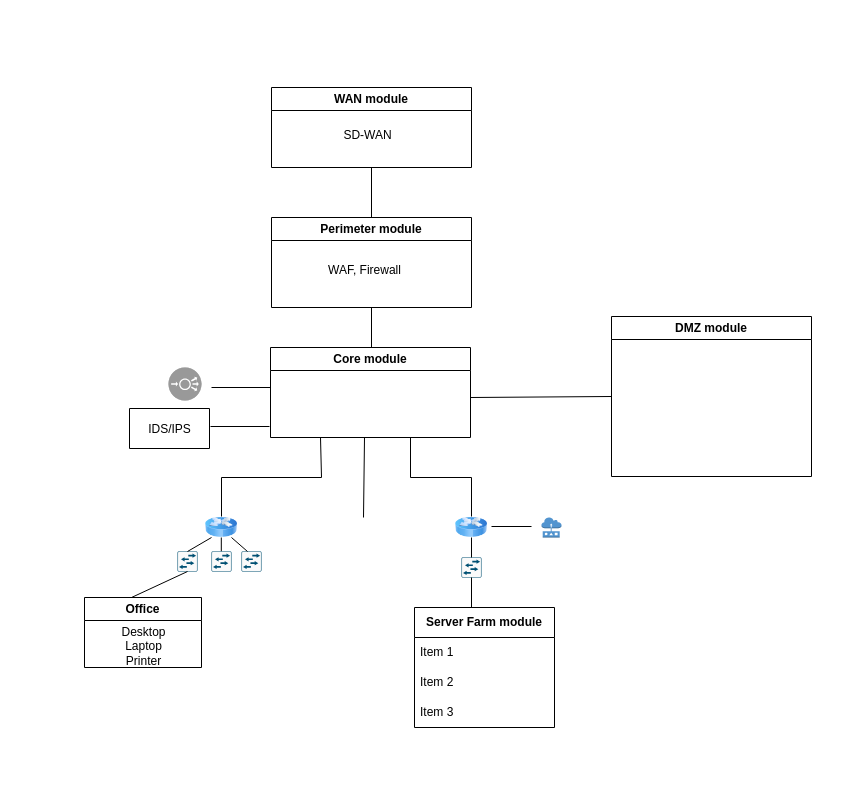
The draw.io diagram qlrr.drawio in Khuemin/Network, before the edit. Source tidied: cells renumbered, new cells numbered last; positions are measured from the earlier drawing's top-left corner, leaving out a move shared by most shapes. Both pictures are drawn from the tidied source at 100%, with x=0, y=0 at pixel (84, 87).
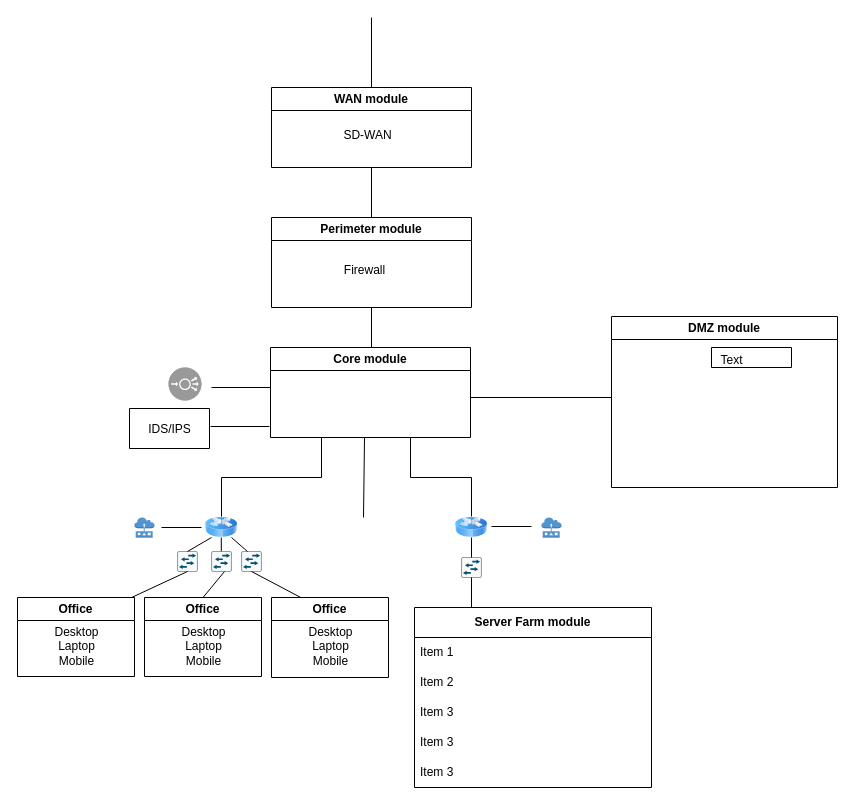
Above is the later version.

Commit message:
Cập nhật qlrr.drawio

The change refers to these unchanged cells:
```xml
<mxCell id="2" value="WAN module" style="swimlane;whiteSpace=wrap;html=1;" parent="1" vertex="1">
  <mxGeometry x="187" width="200" height="80" as="geometry" />
</mxCell>
<mxCell id="4" value="Core module" style="swimlane;whiteSpace=wrap;html=1;" parent="1" vertex="1">
  <mxGeometry x="186" y="260" width="200" height="90" as="geometry" />
</mxCell>
<mxCell id="19" style="sketch=0;points=[[0.015,0.015,0],[0.985,0.015,0],[0.985,0.985,0],[0.015,0.985,0],[0.25,0,0],[0.5,0,0],[0.75,0,0],[1,0.25,0],[1,0.5,0],[1,0.75,0],[0.75,1,0],[0.5,1,0],[0.25,1,0],[0,0.75,0],[0,0.5,0],[0,0.25,0]];verticalLabelPosition=bottom;html=1;verticalAlign=top;align=center;shape=mxgraph.cisco19.rect;prIcon=l2_switch;fillColor=#FAFAFA;strokeColor=#005073;" parent="1" vertex="1">
  <mxGeometry x="157" y="464" width="20" height="20" as="geometry" />
</mxCell>
```

Diff of the diagram source:
```diff
@@
     <mxCell id="7" value="DMZ module" style="swimlane;whiteSpace=wrap;html=1;" parent="1" vertex="1">
-      <mxGeometry x="527" y="229" width="200" height="160" as="geometry" />
+      <mxGeometry x="527" y="229" width="226" height="171" as="geometry" />
     </mxCell>
+    <mxCell id="40" style="swimlane;startSize=0;" parent="7" vertex="1">
+      <mxGeometry x="100" y="31" width="80" height="20" as="geometry" />
+    </mxCell>
-    <mxCell id="8" style="endArrow=none;html=1;rounded=0;entryX=0;entryY=0.5;entryDx=0;entryDy=0;" parent="1" edge="1" target="7">
+    <mxCell id="8" style="endArrow=none;html=1;rounded=0;" parent="1" edge="1">
       <mxGeometry relative="1" as="geometry">
         <mxPoint x="386" y="310" as="sourcePoint" />
+        <mxPoint x="527" y="310" as="targetPoint" />
       </mxGeometry>
     </mxCell>
@@
-    <mxCell id="12" value="WAF, Firewall" style="text;html=1;align=center;verticalAlign=middle;strokeColor=none;fillColor=none;" parent="1" vertex="1">
-      <mxGeometry x="230" y="168" width="100" height="30" as="geometry" />
+    <mxCell id="12" value="Firewall" style="text;html=1;align=center;verticalAlign=middle;strokeColor=none;fillColor=none;" parent="1" vertex="1">
+      <mxGeometry x="250" y="168" width="60" height="30" as="geometry" />
     </mxCell>
     <mxCell id="13" value="Office" style="swimlane;whiteSpace=wrap;html=1;" parent="1" vertex="1">
-      <mxGeometry y="510" width="117" height="70" as="geometry" />
+      <mxGeometry x="-67" y="510" width="117" height="79" as="geometry" />
     </mxCell>
-    <mxCell id="14" value="Desktop&lt;div&gt;Laptop&lt;/div&gt;&lt;div&gt;Printer&lt;/div&gt;" style="text;html=1;align=center;verticalAlign=middle;strokeColor=none;fillColor=none;" parent="13" vertex="1">
+    <mxCell id="14" value="Desktop&lt;div&gt;Laptop&lt;/div&gt;&lt;div&gt;Mobile&lt;/div&gt;" style="text;html=1;align=center;verticalAlign=middle;strokeColor=none;fillColor=none;" parent="13" vertex="1">
       <mxGeometry x="23.5" y="19" width="70" height="60" as="geometry" />
     </mxCell>
@@
     <mxCell id="28" value="&lt;b&gt;Server Farm module&lt;/b&gt;" style="swimlane;fontStyle=0;horizontal=1;startSize=30;whiteSpace=wrap;html=1;" parent="1" vertex="1">
-      <mxGeometry x="330" y="520" width="140" height="120" as="geometry" />
+      <mxGeometry x="330" y="520" width="237" height="180" as="geometry" />
     </mxCell>
     <mxCell id="29" value="Item 1" style="text;strokeColor=none;fillColor=none;align=left;verticalAlign=middle;spacingLeft=4;spacingRight=4;overflow=hidden;whiteSpace=wrap;html=1;" parent="28" vertex="1">
-      <mxGeometry y="30" width="140" height="30" as="geometry" />
+      <mxGeometry y="30" width="237" height="30" as="geometry" />
     </mxCell>
     <mxCell id="30" value="Item 2" style="text;strokeColor=none;fillColor=none;align=left;verticalAlign=middle;spacingLeft=4;spacingRight=4;overflow=hidden;whiteSpace=wrap;html=1;" parent="28" vertex="1">
-      <mxGeometry y="60" width="140" height="30" as="geometry" />
+      <mxGeometry y="60" width="237" height="30" as="geometry" />
     </mxCell>
     <mxCell id="31" value="Item 3" style="text;strokeColor=none;fillColor=none;align=left;verticalAlign=middle;spacingLeft=4;spacingRight=4;overflow=hidden;whiteSpace=wrap;html=1;" parent="28" vertex="1">
-      <mxGeometry y="90" width="140" height="30" as="geometry" />
+      <mxGeometry y="90" width="237" height="30" as="geometry" />
     </mxCell>
+    <mxCell id="41" value="Item 3" style="text;strokeColor=none;fillColor=none;align=left;verticalAlign=middle;spacingLeft=4;spacingRight=4;overflow=hidden;whiteSpace=wrap;html=1;" parent="28" vertex="1">
+      <mxGeometry y="120" width="237" height="30" as="geometry" />
+    </mxCell>
+    <mxCell id="42" value="Item 3" style="text;strokeColor=none;fillColor=none;align=left;verticalAlign=middle;spacingLeft=4;spacingRight=4;overflow=hidden;whiteSpace=wrap;html=1;" parent="28" vertex="1">
+      <mxGeometry y="150" width="237" height="30" as="geometry" />
+    </mxCell>
@@
-    <mxCell id="37" style="endArrow=none;html=1;rounded=0;entryX=0.25;entryY=1;entryDx=0;entryDy=0;" parent="1" edge="1" target="4">
+    <mxCell id="37" style="endArrow=none;html=1;rounded=0;" parent="1" edge="1">
       <mxGeometry relative="1" as="geometry">
         <mxPoint x="237" y="390" as="sourcePoint" />
+        <mxPoint x="237" y="350" as="targetPoint" />
       </mxGeometry>
     </mxCell>
@@
+    <mxCell id="43" style="endArrow=none;html=1;rounded=0;" parent="1" edge="1">
+      <mxGeometry relative="1" as="geometry">
+        <mxPoint x="77" y="440" as="sourcePoint" />
+        <mxPoint x="117" y="440" as="targetPoint" />
+      </mxGeometry>
+    </mxCell>
+    <mxCell id="44" style="dashed=0;verticalLabelPosition=bottom;verticalAlign=top;align=center;html=1;shape=mxgraph.aws3.sensor;fillColor=#5294CF;gradientColor=none;" parent="1" vertex="1">
+      <mxGeometry x="50" y="430" width="20" height="20" as="geometry" />
+    </mxCell>
+    <mxCell id="45" style="endArrow=none;html=1;rounded=0;exitX=0.5;exitY=0;exitDx=0;exitDy=0;" parent="1" edge="1" source="2">
+      <mxGeometry relative="1" as="geometry">
+        <mxPoint x="287" y="-70" as="targetPoint" />
+      </mxGeometry>
+    </mxCell>
+    <mxCell id="46" value="Office" style="swimlane;whiteSpace=wrap;html=1;" parent="1" vertex="1">
+      <mxGeometry x="60" y="510" width="117" height="79" as="geometry" />
+    </mxCell>
+    <mxCell id="47" value="Desktop&lt;div&gt;Laptop&lt;/div&gt;&lt;div&gt;Mobile&lt;/div&gt;" style="text;html=1;align=center;verticalAlign=middle;strokeColor=none;fillColor=none;" parent="46" vertex="1">
+      <mxGeometry x="23.5" y="19" width="70" height="60" as="geometry" />
+    </mxCell>
+    <mxCell id="48" value="Office" style="swimlane;whiteSpace=wrap;html=1;" parent="1" vertex="1">
+      <mxGeometry x="187" y="510" width="117" height="80" as="geometry" />
+    </mxCell>
+    <mxCell id="49" value="Desktop&lt;div&gt;Laptop&lt;/div&gt;&lt;div&gt;Mobile&lt;/div&gt;&lt;div&gt;&lt;br&gt;&lt;/div&gt;" style="text;html=1;align=center;verticalAlign=middle;strokeColor=none;fillColor=none;" parent="48" vertex="1">
+      <mxGeometry x="23.5" y="21" width="70" height="70" as="geometry" />
+    </mxCell>
+    <mxCell id="50" style="endArrow=none;html=1;rounded=0;entryX=0.5;entryY=1;entryDx=0;entryDy=0;entryPerimeter=0;exitX=0.5;exitY=0;exitDx=0;exitDy=0;" parent="1" edge="1" source="46">
+      <mxGeometry relative="1" as="geometry">
+        <mxPoint x="140" y="484" as="targetPoint" />
+      </mxGeometry>
+    </mxCell>
+    <mxCell id="51" style="endArrow=none;html=1;rounded=0;entryX=0.5;entryY=1;entryDx=0;entryDy=0;entryPerimeter=0;exitX=0.25;exitY=0;exitDx=0;exitDy=0;" parent="1" edge="1" source="48" target="19">
+      <mxGeometry relative="1" as="geometry" />
+    </mxCell>
+    <mxCell id="52" value="Text" style="text;html=1;align=center;verticalAlign=middle;strokeColor=none;fillColor=none;" parent="1" vertex="1">
+      <mxGeometry x="622" y="258" width="50" height="30" as="geometry" />
+    </mxCell>
```
